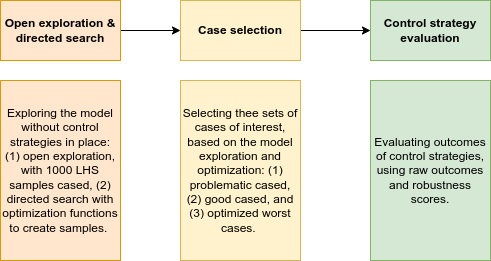
floristevito/CrowdSim keeps this draw.io diagram as figures/experimentalFlow.png. Above is the earlier version. Source tidied: cells renumbered, new cells last; positions are measured from the earlier drawing's top-left corner, leaving out a move shared by most shapes. The source it was exported from:
```xml
<mxGraphModel>
  <root>
    <mxCell id="0" />
    <mxCell id="1" parent="0" />
    <mxCell id="2" style="edgeStyle=orthogonalEdgeStyle;rounded=0;jettySize=auto;html=1;exitX=1;exitY=0.5;exitDx=0;exitDy=0;entryX=0;entryY=0.5;entryDx=0;entryDy=0;" parent="1" edge="1" source="3" target="5">
      <mxGeometry relative="1" as="geometry" />
    </mxCell>
    <mxCell id="3" value="&lt;b&gt;Open exploration &amp;amp; directed search&lt;/b&gt;" style="rounded=0;whiteSpace=wrap;html=1;fillColor=#ffe6cc;strokeColor=#d79b00;" parent="1" vertex="1">
      <mxGeometry width="120" height="60" as="geometry" />
    </mxCell>
    <mxCell id="4" style="edgeStyle=orthogonalEdgeStyle;rounded=0;jettySize=auto;html=1;exitX=1;exitY=0.5;exitDx=0;exitDy=0;entryX=0;entryY=0.5;entryDx=0;entryDy=0;" parent="1" edge="1" source="5" target="6">
      <mxGeometry relative="1" as="geometry" />
    </mxCell>
    <mxCell id="5" value="&lt;b&gt;Case selection&lt;/b&gt;" style="rounded=0;whiteSpace=wrap;html=1;fillColor=#fff2cc;strokeColor=#d6b656;" parent="1" vertex="1">
      <mxGeometry x="180" width="120" height="60" as="geometry" />
    </mxCell>
    <mxCell id="6" value="&lt;b&gt;Control strategy evaluation&lt;/b&gt;" style="rounded=0;whiteSpace=wrap;html=1;fillColor=#d5e8d4;strokeColor=#82b366;" parent="1" vertex="1">
      <mxGeometry x="370" width="120" height="60" as="geometry" />
    </mxCell>
    <mxCell id="7" value="Exploring the model without control strategies in place: (1) open exploration, with 1000 LHS samples cased, (2) directed search with optimization functions to create samples.&amp;nbsp;" style="rounded=0;whiteSpace=wrap;html=1;fillColor=#ffe6cc;strokeColor=#D79B00;" parent="1" vertex="1">
      <mxGeometry y="80" width="120" height="180" as="geometry" />
    </mxCell>
    <mxCell id="8" value="Selecting thee sets of cases of interest, based on the model exploration and optimization: (1) problematic cased, (2) good cased, and (3) optimized worst cases.&amp;nbsp;" style="rounded=0;whiteSpace=wrap;html=1;fillColor=#fff2cc;strokeColor=#d6b656;" parent="1" vertex="1">
      <mxGeometry x="180" y="80" width="120" height="180" as="geometry" />
    </mxCell>
    <mxCell id="9" value="&lt;span style=&quot;text-align: left;&quot;&gt;Evaluating outcomes of control strategies, using raw outcomes and robustness scores.&lt;/span&gt;" style="rounded=0;whiteSpace=wrap;html=1;fillColor=#d5e8d4;strokeColor=#82b366;" parent="1" vertex="1">
      <mxGeometry x="370" y="80" width="120" height="180" as="geometry" />
    </mxCell>
  </root>
</mxGraphModel>
```
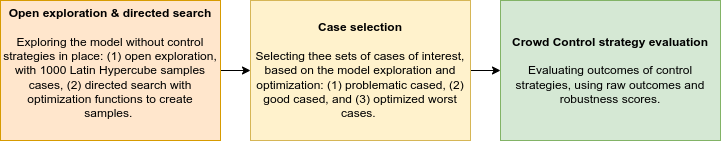
After the change.

What changed in the source:
```diff
@@ -5,26 +5,17 @@
     <mxCell id="2" style="edgeStyle=orthogonalEdgeStyle;rounded=0;jettySize=auto;html=1;exitX=1;exitY=0.5;exitDx=0;exitDy=0;entryX=0;entryY=0.5;entryDx=0;entryDy=0;" parent="1" edge="1" source="3" target="5">
       <mxGeometry relative="1" as="geometry" />
     </mxCell>
-    <mxCell id="3" value="&lt;b&gt;Open exploration &amp;amp; directed search&lt;/b&gt;" style="rounded=0;whiteSpace=wrap;html=1;fillColor=#ffe6cc;strokeColor=#d79b00;" parent="1" vertex="1">
-      <mxGeometry width="120" height="60" as="geometry" />
+    <mxCell id="3" value="&lt;b&gt;Open exploration &amp;amp; directed search&lt;/b&gt;&lt;br&gt;&lt;br&gt;Exploring the model without control strategies in place: (1) open exploration, with 1000 Latin Hypercube samples cases, (2) directed search with optimization functions to create samples.&amp;nbsp;&lt;b&gt;&lt;br&gt;&lt;/b&gt;&lt;span style=&quot;color: rgba(0, 0, 0, 0); font-family: monospace; font-size: 0px; text-align: start;&quot;&gt;%3CmxGraphModel%3E%3Croot%3E%3CmxCell%20id%3D%220%22%2F%3E%3CmxCell%20id%3D%221%22%20parent%3D%220%22%2F%3E%3CmxCell%20id%3D%222%22%20style%3D%22edgeStyle%3DorthogonalEdgeStyle%3Brounded%3D0%3BorthogonalLoop%3D1%3BjettySize%3Dauto%3Bhtml%3D1%3BexitX%3D1%3BexitY%3D0.5%3BexitDx%3D0%3BexitDy%3D0%3BentryX%3D0%3BentryY%3D0.5%3BentryDx%3D0%3BentryDy%3D0%3B%22%20edge%3D%221%22%20source%3D%223%22%20target%3D%225%22%20parent%3D%221%22%3E%3CmxGeometry%20relative%3D%221%22%20as%3D%22geometry%22%2F%3E%3C%2FmxCell%3E%3CmxCell%20id%3D%223%22%20value%3D%22%26lt%3Bb%26gt%3BOpen%20exploration%20%26amp%3Bamp%3B%20directed%20search%26lt%3B%2Fb%26gt%3B%22%20style%3D%22rounded%3D0%3BwhiteSpace%3Dwrap%3Bhtml%3D1%3BfillColor%3D%23ffe6cc%3BstrokeColor%3D%23d79b00%3B%22%20vertex%3D%221%22%20parent%3D%221%22%3E%3CmxGeometry%20x%3D%2240%22%20y%3D%22920%22%20width%3D%22200%22%20height%3D%2260%22%20as%3D%22geometry%22%2F%3E%3C%2FmxCell%3E%3CmxCell%20id%3D%224%22%20style%3D%22edgeStyle%3DorthogonalEdgeStyle%3Brounded%3D0%3BorthogonalLoop%3D1%3BjettySize%3Dauto%3Bhtml%3D1%3BexitX%3D1%3BexitY%3D0.5%3BexitDx%3D0%3BexitDy%3D0%3BentryX%3D0%3BentryY%3D0.5%3BentryDx%3D0%3BentryDy%3D0%3B%22%20edge%3D%221%22%20source%3D%225%22%20target%3D%226%22%20parent%3D%221%22%3E%3CmxGeometry%20relative%3D%221%22%20as%3D%22geometry%22%2F%3E%3C%2FmxCell%3E%3CmxCell%20id%3D%225%22%20value%3D%22%26lt%3Bb%26gt%3BCase%20selection%26lt%3B%2Fb%26gt%3B%22%20style%3D%22rounded%3D0%3BwhiteSpace%3Dwrap%3Bhtml%3D1%3BfillColor%3D%23fff2cc%3BstrokeColor%3D%23d6b656%3B%22%20vertex%3D%221%22%20parent%3D%221%22%3E%3CmxGeometry%20x%3D%22270%22%20y%3D%22920%22%20width%3D%22200%22%20height%3D%2260%22%20as%3D%22geometry%22%2F%3E%3C%2FmxCell%3E%3CmxCell%20id%3D%226%22%20value%3D%22%26lt%3Bb%26gt%3BControl%20strategy%20evaluation%26lt%3B%2Fb%26gt%3B%22%20style%3D%22rounded%3D0%3BwhiteSpace%3Dwrap%3Bhtml%3D1%3BfillColor%3D%23d5e8d4%3BstrokeColor%3D%2382b366%3B%22%20vertex%3D%221%22%20parent%3D%221%22%3E%3CmxGeometry%20x%3D%22500%22%20y%3D%22920%22%20width%3D%22200%22%20height%3D%2260%22%20as%3D%22geometry%22%2F%3E%3C%2FmxCell%3E%3CmxCell%20id%3D%227%22%20value%3D%22Exploring%20the%20model%20without%20control%20strategies%20in%20place%3A%20(1)%20open%20exploration%2C%20with%201000%20Latin%20Hypercube%20samples%20cases%2C%20(2)%20directed%20search%20with%20optimization%20functions%20to%20create%20samples.%26amp%3Bnbsp%3B%22%20style%3D%22rounded%3D0%3BwhiteSpace%3Dwrap%3Bhtml%3D1%3BfillColor%3D%23ffe6cc%3BstrokeColor%3D%23D79B00%3B%22%20vertex%3D%221%22%20parent%3D%221%22%3E%3CmxGeometry%20x%3D%2240%22%20y%3D%221000%22%20width%3D%22200%22%20height%3D%22110%22%20as%3D%22geometry%22%2F%3E%3C%2FmxCell%3E%3CmxCell%20id%3D%228%22%20value%3D%22Selecting%20thee%20sets%20of%20cases%20of%20interest%2C%20based%20on%20the%20model%20exploration%20and%20optimization%3A%20(1)%20problematic%20cased%2C%20(2)%20good%20cased%2C%20and%20(3)%20optimized%20worst%20cases.%26amp%3Bnbsp%3B%22%20style%3D%22rounded%3D0%3BwhiteSpace%3Dwrap%3Bhtml%3D1%3BfillColor%3D%23fff2cc%3BstrokeColor%3D%23d6b656%3B%22%20vertex%3D%221%22%20parent%3D%221%22%3E%3CmxGeometry%20x%3D%22270%22%20y%3D%221000%22%20width%3D%22200%22%20height%3D%22110%22%20as%3D%22geometry%22%2F%3E%3C%2FmxCell%3E%3CmxCell%20id%3D%229%22%20value%3D%22%26lt%3Bspan%20style%3D%26quot%3Btext-align%3A%20left%3B%26quot%3B%26gt%3BEvaluating%20outcomes%20of%20control%20strategies%2C%20using%20raw%20outcomes%20and%20robustness%20scores.%26lt%3B%2Fspan%26gt%3B%22%20style%3D%22rounded%3D0%3BwhiteSpace%3Dwrap%3Bhtml%3D1%3BfillColor%3D%23d5e8d4%3BstrokeColor%3D%2382b366%3B%22%20vertex%3D%221%22%20parent%3D%221%22%3E%3CmxGeometry%20x%3D%22500%22%20y%3D%221000%22%20width%3D%22200%22%20height%3D%22110%22%20as%3D%22geometry%22%2F%3E%3C%2FmxCell%3E%3C%2Froot%3E%3C%2FmxGraphModel%3E&lt;/span&gt;&lt;b&gt;&lt;br&gt;&lt;/b&gt;" style="rounded=0;whiteSpace=wrap;html=1;fillColor=#ffe6cc;strokeColor=#d79b00;" parent="1" vertex="1">
+      <mxGeometry x="-90" y="260" width="220" height="140" as="geometry" />
     </mxCell>
     <mxCell id="4" style="edgeStyle=orthogonalEdgeStyle;rounded=0;jettySize=auto;html=1;exitX=1;exitY=0.5;exitDx=0;exitDy=0;entryX=0;entryY=0.5;entryDx=0;entryDy=0;" parent="1" edge="1" source="5" target="6">
       <mxGeometry relative="1" as="geometry" />
     </mxCell>
-    <mxCell id="5" value="&lt;b&gt;Case selection&lt;/b&gt;" style="rounded=0;whiteSpace=wrap;html=1;fillColor=#fff2cc;strokeColor=#d6b656;" parent="1" vertex="1">
-      <mxGeometry x="180" width="120" height="60" as="geometry" />
+    <mxCell id="5" value="&lt;b&gt;Case selection&lt;br&gt;&lt;br&gt;&lt;/b&gt;Selecting thee sets of cases of interest, based on the model exploration and optimization: (1) problematic cased, (2) good cased, and (3) optimized worst cases.&amp;nbsp;&lt;b&gt;&lt;br&gt;&lt;/b&gt;" style="rounded=0;whiteSpace=wrap;html=1;fillColor=#fff2cc;strokeColor=#d6b656;" parent="1" vertex="1">
+      <mxGeometry x="160" y="260" width="220" height="140" as="geometry" />
     </mxCell>
-    <mxCell id="6" value="&lt;b&gt;Control strategy evaluation&lt;/b&gt;" style="rounded=0;whiteSpace=wrap;html=1;fillColor=#d5e8d4;strokeColor=#82b366;" parent="1" vertex="1">
-      <mxGeometry x="370" width="120" height="60" as="geometry" />
+    <mxCell id="6" value="&lt;b&gt;Crowd Control strategy evaluation&lt;br&gt;&lt;br&gt;&lt;/b&gt;&lt;span style=&quot;text-align: left;&quot;&gt;Evaluating outcomes of control strategies, using raw outcomes and robustness scores.&lt;/span&gt;&lt;b&gt;&lt;br&gt;&lt;/b&gt;" style="rounded=0;whiteSpace=wrap;html=1;fillColor=#d5e8d4;strokeColor=#82b366;" parent="1" vertex="1">
+      <mxGeometry x="410" y="260" width="220" height="140" as="geometry" />
     </mxCell>
-    <mxCell id="7" value="Exploring the model without control strategies in place: (1) open exploration, with 1000 LHS samples cased, (2) directed search with optimization functions to create samples.&amp;nbsp;" style="rounded=0;whiteSpace=wrap;html=1;fillColor=#ffe6cc;strokeColor=#D79B00;" parent="1" vertex="1">
-      <mxGeometry y="80" width="120" height="180" as="geometry" />
-    </mxCell>
-    <mxCell id="8" value="Selecting thee sets of cases of interest, based on the model exploration and optimization: (1) problematic cased, (2) good cased, and (3) optimized worst cases.&amp;nbsp;" style="rounded=0;whiteSpace=wrap;html=1;fillColor=#fff2cc;strokeColor=#d6b656;" parent="1" vertex="1">
-      <mxGeometry x="180" y="80" width="120" height="180" as="geometry" />
-    </mxCell>
-    <mxCell id="9" value="&lt;span style=&quot;text-align: left;&quot;&gt;Evaluating outcomes of control strategies, using raw outcomes and robustness scores.&lt;/span&gt;" style="rounded=0;whiteSpace=wrap;html=1;fillColor=#d5e8d4;strokeColor=#82b366;" parent="1" vertex="1">
-      <mxGeometry x="370" y="80" width="120" height="180" as="geometry" />
-    </mxCell>
   </root>
 </mxGraphModel>
```
